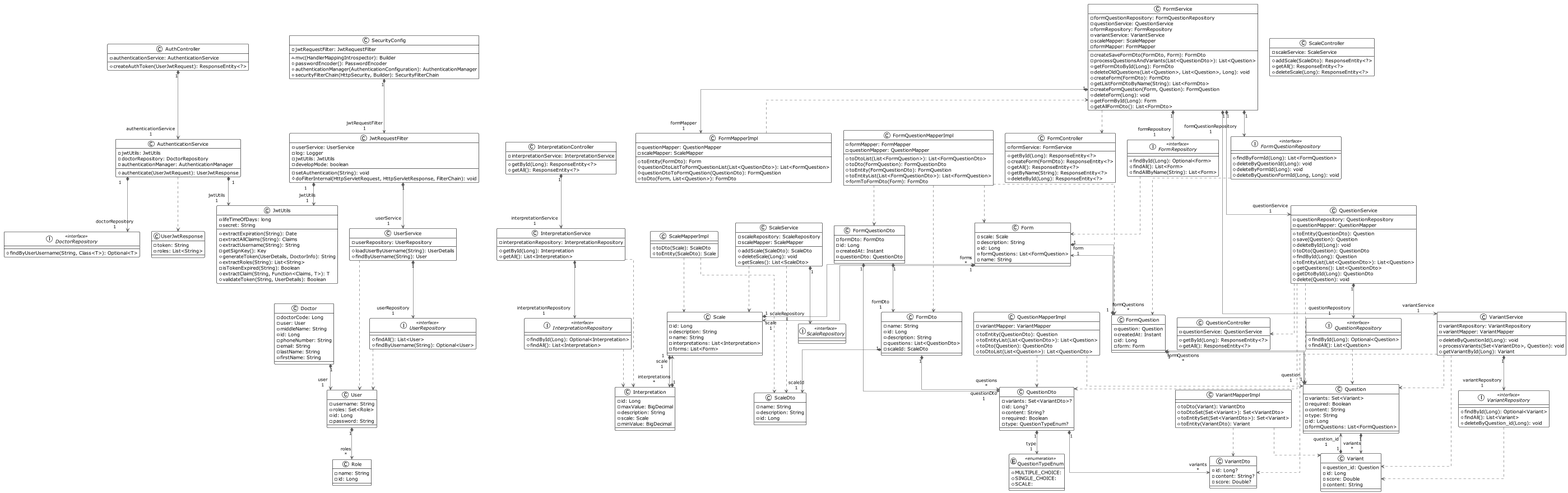
This is questionnaire/uml/questionnaire.png from giezz/rc-arm-modules-back, a PlantUML export, as it was before one commit.
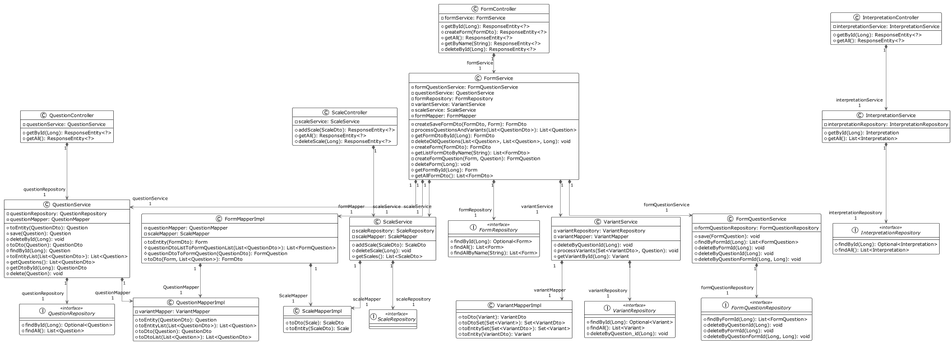
Later version of the same file.

Commit message:
Classes Diagramm

What changed in the source:
```diff
@@ -4,36 +4,6 @@
 top to bottom direction
 skinparam linetype ortho
 
-class AuthController {
-  - authenticationService: AuthenticationService
-  + createAuthToken(UserJwtRequest): ResponseEntity<?>
-}
-class AuthenticationService {
-  - jwtUtils: JwtUtils
-  - doctorRepository: DoctorRepository
-  - authenticationManager: AuthenticationManager
-  + authenticate(UserJwtRequest): UserJwtResponse
-}
-class Doctor {
-  - doctorCode: Long
-  - user: User
-  - middleName: String
-  - id: Long
-  - phoneNumber: String
-  - email: String
-  - lastName: String
-  - firstName: String
-}
-interface DoctorRepository << interface >> {
-  + findByUserUsername(String, Class<T>): Optional<T>
-}
-class Form {
-  - scale: Scale
-  - description: String
-  - id: Long
-  - formQuestions: List<FormQuestion>
-  - name: String
-}
 class FormController {
   - formService: FormService
   + getById(Long): ResponseEntity<?>
@@ -42,13 +12,6 @@
   + getByName(String): ResponseEntity<?>
   + deleteById(Long): ResponseEntity<?>
 }
-class FormDto {
-  - name: String
-  - id: Long
-  - description: String
-  - questions: List<QuestionDto>
-  - scaleId: ScaleDto
-}
 class FormMapperImpl {
   - questionMapper: QuestionMapper
   - scaleMapper: ScaleMapper
@@ -56,27 +19,6 @@
   # questionDtoListToFormQuestionList(List<QuestionDto>): List<FormQuestion>
   # questionDtoToFormQuestion(QuestionDto): FormQuestion
   + toDto(Form, List<Question>): FormDto
-}
-class FormQuestion {
-  - question: Question
-  - createdAt: Instant
-  - id: Long
-  - form: Form
-}
-class FormQuestionDto {
-  - formDto: FormDto
-  - id: Long
-  - createdAt: Instant
-  - questionDto: QuestionDto
-}
-class FormQuestionMapperImpl {
-  - formMapper: FormMapper
-  - questionMapper: QuestionMapper
-  + toDtoList(List<FormQuestion>): List<FormQuestionDto>
-  + toDto(FormQuestion): FormQuestionDto
-  + toEntity(FormQuestionDto): FormQuestion
-  + toEntityList(List<FormQuestionDto>): List<FormQuestion>
-  # formToFormDto(Form): FormDto
 }
 interface FormQuestionRepository << interface >> {
   + findByFormId(Long): List<FormQuestion>
@@ -90,11 +32,11 @@
   + findAllByName(String): List<Form>
 }
 class FormService {
-  - formQuestionRepository: FormQuestionRepository
+  - formQuestionService: FormQuestionService
   - questionService: QuestionService
   - formRepository: FormRepository
   - variantService: VariantService
-  - scaleMapper: ScaleMapper
+  - scaleService: ScaleService
   - formMapper: FormMapper
   - createSaveFormDto(FormDto, Form): FormDto
   - processQuestionsAndVariants(List<QuestionDto>): List<Question>
@@ -106,13 +48,6 @@
   + deleteForm(Long): void
   + getFormById(Long): Form
   + getAllFormDto(): List<FormDto>
-}
-class Interpretation {
-  - id: Long
-  - maxValue: BigDecimal
-  - description: String
-  - scale: Scale
-  - minValue: BigDecimal
 }
 class InterpretationController {
   - interpretationService: InterpretationService
@@ -128,46 +63,10 @@
   + getById(Long): Interpretation
   + getAll(): List<Interpretation>
 }
-class JwtRequestFilter {
-  - userService: UserService
-  - log: Logger
-  - jwtUtils: JwtUtils
-  - developMode: boolean
-  - setAuthentication(String): void
-  # doFilterInternal(HttpServletRequest, HttpServletResponse, FilterChain): void
-}
-class JwtUtils {
-  - lifeTimeOfDays: long
-  - secret: String
-  + extractExpiration(String): Date
-  - extractAllClaims(String): Claims
-  + extractUsername(String): String
-  - getSignKey(): Key
-  + generateToken(UserDetails, DoctorInfo): String
-  + extractRoles(String): List<String>
-  - isTokenExpired(String): Boolean
-  + extractClaim(String, Function<Claims, T>): T
-  + validateToken(String, UserDetails): Boolean
-}
-class Question {
-  - variants: Set<Variant>
-  - required: Boolean
-  - content: String
-  - type: String
-  - id: Long
-  - formQuestions: List<FormQuestion>
-}
 class QuestionController {
   - questionService: QuestionService
   + getById(Long): ResponseEntity<?>
   + getAll(): ResponseEntity<?>
-}
-class QuestionDto {
-  - variants: Set<VariantDto>?
-  - id: Long?
-  - content: String?
-  - required: Boolean
-  - type: QuestionTypeEnum?
 }
 class QuestionMapperImpl {
   - variantMapper: VariantMapper
@@ -193,32 +92,11 @@
   + getDtoById(Long): QuestionDto
   + delete(Question): void
 }
-enum QuestionTypeEnum << enumeration >> {
-  + MULTIPLE_CHOICE:
-  + SINGLE_CHOICE:
-  + SCALE:
-}
-class Role {
-  - name: String
-  - id: Long
-}
-class Scale {
-  - id: Long
-  - description: String
-  - name: String
-  - interpretations: List<Interpretation>
-  - forms: List<Form>
-}
 class ScaleController {
   - scaleService: ScaleService
   + addScale(ScaleDto): ResponseEntity<?>
   + getAll(): ResponseEntity<?>
   + deleteScale(Long): ResponseEntity<?>
-}
-class ScaleDto {
-  - name: String
-  - description: String
-  - id: Long
 }
 class ScaleMapperImpl {
   + toDto(Scale): ScaleDto
@@ -231,43 +109,6 @@
   + addScale(ScaleDto): ScaleDto
   + deleteScale(Long): void
   + getScales(): List<ScaleDto>
-}
-class SecurityConfig {
-  - jwtRequestFilter: JwtRequestFilter
-  ~ mvc(HandlerMappingIntrospector): Builder
-  + passwordEncoder(): PasswordEncoder
-  + authenticationManager(AuthenticationConfiguration): AuthenticationManager
-  + securityFilterChain(HttpSecurity, Builder): SecurityFilterChain
-}
-class User {
-  - username: String
-  - roles: Set<Role>
-  - id: Long
-  - password: String
-}
-class UserJwtResponse {
-  - token: String
-  - roles: List<String>
-}
-interface UserRepository << interface >> {
-  + findAll(): List<User>
-  + findByUsername(String): Optional<User>
-}
-class UserService {
-  - userRepository: UserRepository
-  + loadUserByUsername(String): UserDetails
-  + findByUsername(String): User
-}
-class Variant {
-  - question_id: Question
-  - id: Long
-  - score: Double
-  - content: String
-}
-class VariantDto {
-  - id: Long?
-  - content: String?
-  - score: Double?
 }
 class VariantMapperImpl {
   + toDto(Variant): VariantDto
@@ -287,69 +128,34 @@
   + processVariants(Set<VariantDto>, Question): void
   + getVariantById(Long): Variant
 }
+class FormQuestionService{
+    - formQuestionRepository: FormQuestionRepository
+    + save(FormQuestion): void
+    + findByFormId(Long): List<FormQuestion>
+    + deleteByFormId(Long): void
+    + deleteByQuestionId(Long): void
+    + deleteByQuestionFormId(Long, Long): void
+}
 
-FormMapperImpl           -[#595959,dashed]->  FormService
-FormService           -[#595959,dashed]-> FormController
-QuestionService         -[#595959,dashed]-> QuestionController
-AuthController           "1" *-[#595959,plain]-> "authenticationService\n1" AuthenticationService
-AuthenticationService    "1" *-[#595959,plain]-> "doctorRepository\n1" DoctorRepository
-AuthenticationService    "1" *-[#595959,plain]-> "jwtUtils\n1" JwtUtils
-AuthenticationService     -[#595959,dashed]->  UserJwtResponse
-Doctor                   "1" *-[#595959,plain]-> "user\n1" User
-Form                     "1" *-[#595959,plain]-> "formQuestions\n*" FormQuestion
-Form                     "1" *-[#595959,plain]-> "scale\n1" Scale
-FormDto                  "1" *-[#595959,plain]-> "questions\n*" QuestionDto
-FormDto                  "1" *-[#595959,plain]-> "scaleId\n1" ScaleDto
-FormQuestion             "1" *-[#595959,plain]-> "form\n1" Form
-FormQuestion             "1" *-[#595959,plain]-> "question\n1" Question
-FormQuestionDto          "1" *-[#595959,plain]-> "formDto\n1" FormDto
-FormQuestionDto          "1" *-[#595959,plain]-> "questionDto\n1" QuestionDto
-FormQuestionMapperImpl    -[#595959,dashed]->  Form
-FormQuestionMapperImpl    -[#595959,dashed]->  FormDto
-FormQuestionMapperImpl    -[#595959,dashed]->  FormQuestion
-FormQuestionMapperImpl    -[#595959,dashed]->  FormQuestionDto
-FormQuestionRepository    -[#595959,dashed]->  FormQuestion
-FormRepository            -[#595959,dashed]->  Form
+
+FormQuestionService      "1" *-[#595959,plain]-> "formQuestionRepository\n1" FormQuestionRepository
+FormMapperImpl           "1" *-[#595959,plain]->  "QuestionMapper\n1" QuestionMapperImpl
+FormMapperImpl           "1" *-[#595959,plain]->  "ScaleMapper\n1" ScaleMapperImpl
 FormService              "1" *-[#595959,plain]-> "formMapper\n1" FormMapperImpl
-FormService              "1" *-[#595959,plain]-> "formQuestionRepository\n1" FormQuestionRepository
+FormService              "1" *-[#595959,plain]-> "formQuestionService\n1" FormQuestionService
 FormService              "1" *-[#595959,plain]-> "formRepository\n1" FormRepository
 FormService              "1" *-[#595959,plain]-> "questionService\n1" QuestionService
 FormService              "1" *-[#595959,plain]-> "variantService\n1" VariantService
-Interpretation           "1" *-[#595959,plain]-> "scale\n1" Scale
+FormService              "1" *-[#595959,plain]-> "scaleService\n1" ScaleService
+FormController           "1" *-[#595959,plain]-> "formService\n1" FormService
 InterpretationController "1" *-[#595959,plain]-> "interpretationService\n1" InterpretationService
-InterpretationRepository  -[#595959,dashed]->  Interpretation
-InterpretationService     -[#595959,dashed]->  Interpretation
 InterpretationService    "1" *-[#595959,plain]-> "interpretationRepository\n1" InterpretationRepository
-JwtRequestFilter         "1" *-[#595959,plain]-> "jwtUtils\n1" JwtUtils
-JwtRequestFilter         "1" *-[#595959,plain]-> "userService\n1" UserService
-Question                 "1" *-[#595959,plain]-> "formQuestions\n*" FormQuestion
-Question                 "1" *-[#595959,plain]-> "variants\n*" Variant
-QuestionDto              "1" *-[#595959,plain]-> "type\n1" QuestionTypeEnum
-QuestionDto              "1" *-[#595959,plain]-> "variants\n*" VariantDto
-QuestionMapperImpl        -[#595959,dashed]->  Question
-QuestionMapperImpl        -[#595959,dashed]->  QuestionDto
-QuestionRepository        -[#595959,dashed]->  Question
-QuestionService           -[#595959,dashed]->  Question
-QuestionService           -[#595959,dashed]->  QuestionDto
 QuestionService          "1" *-[#595959,plain]-> "questionRepository\n1" QuestionRepository
-Scale                    "1" *-[#595959,plain]-> "forms\n*" Form
-Scale                    "1" *-[#595959,plain]-> "interpretations\n*" Interpretation
-ScaleMapperImpl           -[#595959,dashed]->  Scale
-ScaleMapperImpl           -[#595959,dashed]->  ScaleDto
-ScaleService              -[#595959,dashed]->  Scale
-ScaleService              -[#595959,dashed]->  ScaleDto
+QuestionService          "1" *-[#595959,plain]-> "questionMapper\n1" QuestionMapperImpl
+QuestionController       "1" *-[#595959,plain]-> "questionRepository\n1" QuestionService
+ScaleController          "1" *-[#595959,plain]-> "scaleService\n1" ScaleService
 ScaleService             "1" *-[#595959,plain]-> "scaleRepository\n1" ScaleRepository
-SecurityConfig           "1" *-[#595959,plain]-> "jwtRequestFilter\n1" JwtRequestFilter
-User                     "1" *-[#595959,plain]-> "roles\n*" Role
-UserRepository            -[#595959,dashed]->  User
-UserService               -[#595959,dashed]->  User
-UserService              "1" *-[#595959,plain]-> "userRepository\n1" UserRepository
-Variant                  "1" *-[#595959,plain]-> "question_id\n1" Question
-VariantMapperImpl         -[#595959,dashed]->  Variant
-VariantMapperImpl         -[#595959,dashed]->  VariantDto
-VariantRepository         -[#595959,dashed]->  Variant
-VariantService            -[#595959,dashed]->  Question
-VariantService            -[#595959,dashed]->  Variant
-VariantService            -[#595959,dashed]->  VariantDto
+ScaleService             "1" *-[#595959,plain]-> "scaleMapper\n1" ScaleMapperImpl
 VariantService           "1" *-[#595959,plain]-> "variantRepository\n1" VariantRepository
+VariantService           "1" *-[#595959,plain]-> "variantMapper\n1" VariantMapperImpl
 @enduml
```
